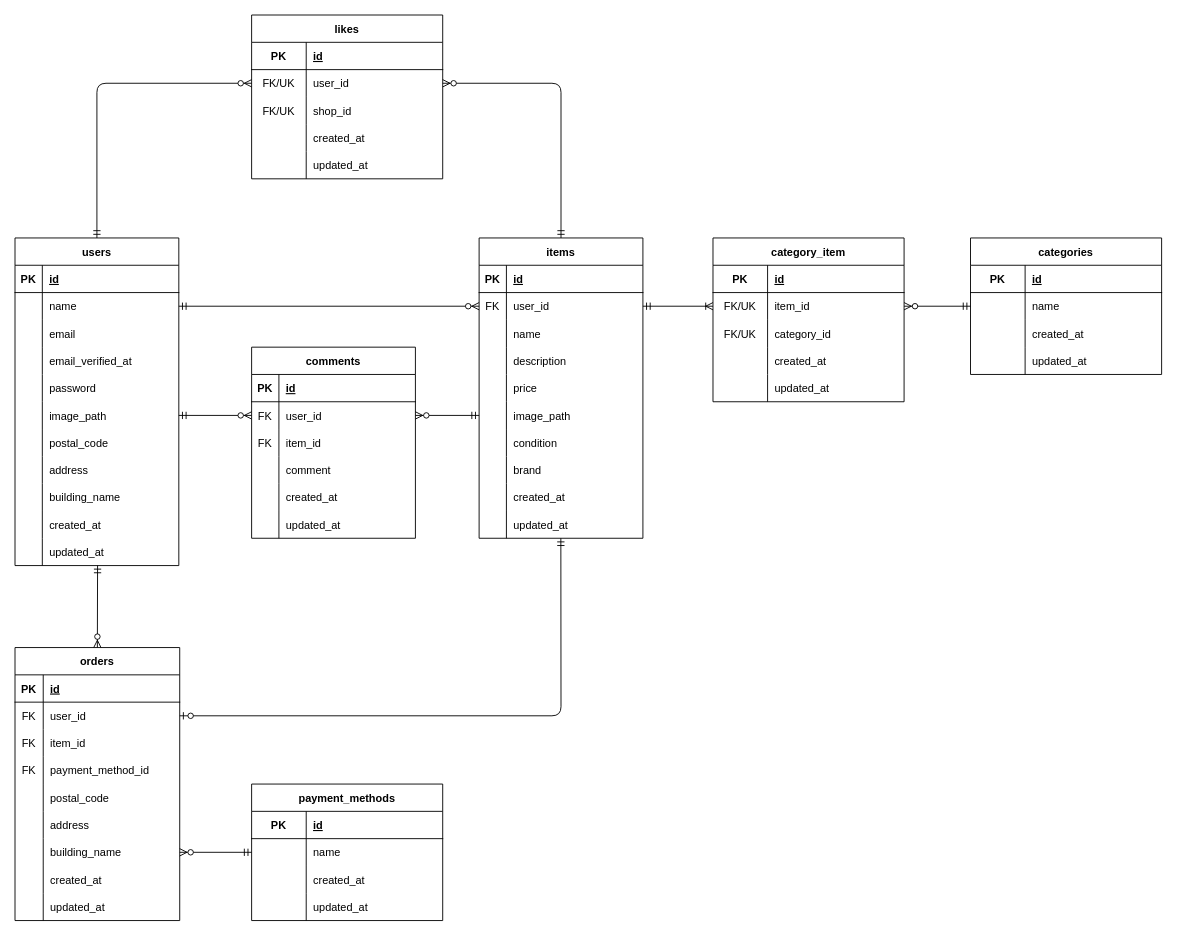
The draw.io diagram ER.drawio in fukuda983667/coachtech-furima-back, before the edit. Source tidied: cells renumbered, new cells numbered last; positions are measured from the earlier drawing's top-left corner, leaving out a move shared by most shapes. Both pictures are drawn from the tidied source at 91%, with x=0, y=0 at pixel (15, 15).
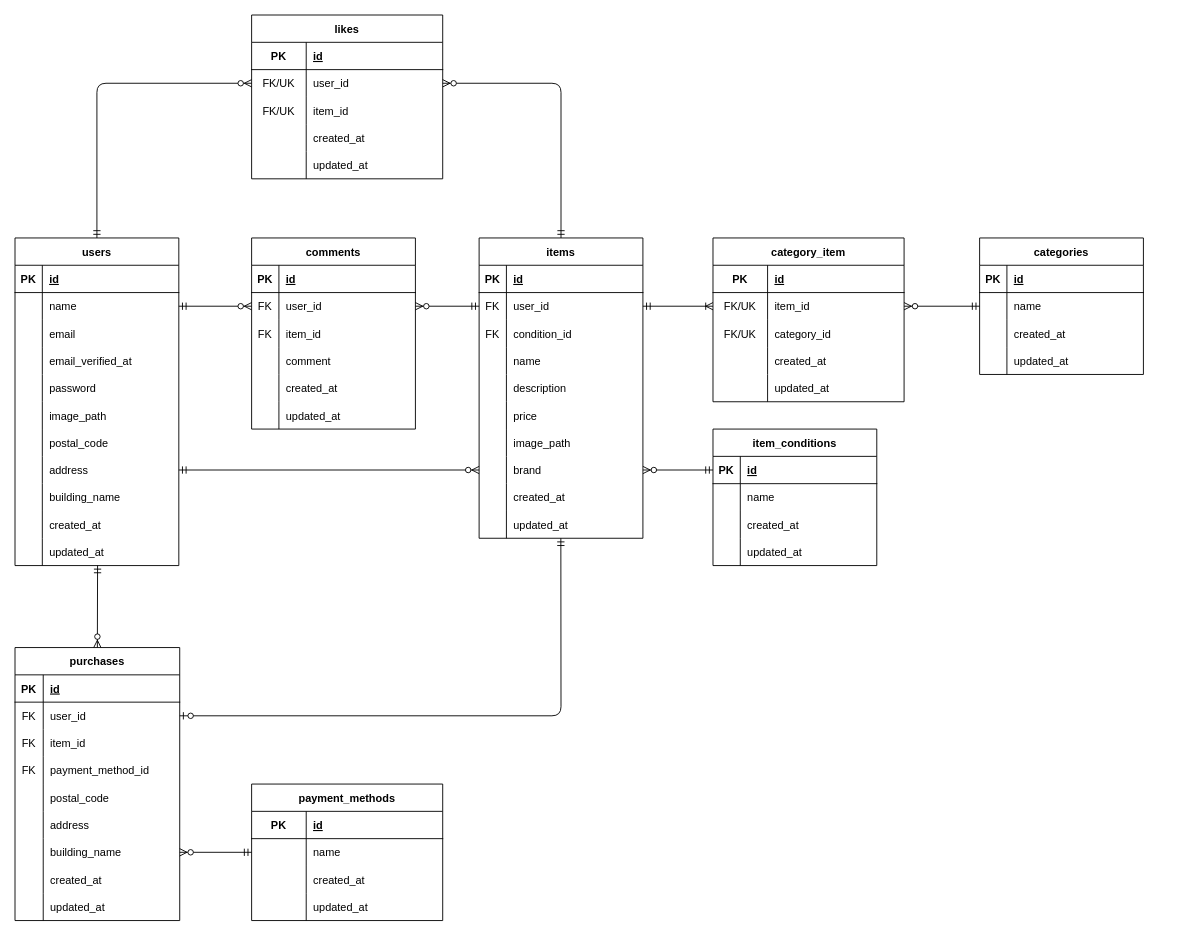
After the change.

The change refers to these unchanged cells:
```xml
<mxCell id="2" value="items" style="shape=table;startSize=30;childLayout=tableLayout;rowLines=0;fontStyle=1;align=center;" parent="1" vertex="1">
  <mxGeometry x="510" y="245" width="180" height="330" as="geometry" />
</mxCell>
<mxCell id="6" style="shape=tableRow;horizontal=0;startSize=0;swimlaneHead=0;swimlaneBody=0;fillColor=none;points=[[0,0.5],[1,0.5]];portConstraint=eastwest;top=0;left=0;right=0;bottom=0;" parent="2" vertex="1">
  <mxGeometry y="60" width="180" height="30" as="geometry" />
</mxCell>
<mxCell id="24" style="shape=tableRow;horizontal=0;startSize=0;swimlaneHead=0;swimlaneBody=0;fillColor=none;points=[[0,0.5],[1,0.5]];portConstraint=eastwest;top=0;left=0;right=0;bottom=0;" parent="2" vertex="1">
  <mxGeometry y="240" width="180" height="30" as="geometry" />
</mxCell>
<mxCell id="40" style="shape=tableRow;horizontal=0;startSize=0;swimlaneHead=0;swimlaneBody=0;fillColor=none;top=0;left=0;right=0;bottom=0;" parent="33" vertex="1">
  <mxGeometry y="90" width="210" height="30" as="geometry" />
</mxCell>
<mxCell id="53" style="shape=tableRow;horizontal=0;startSize=0;swimlaneHead=0;swimlaneBody=0;fillColor=none;points=[[0,0.5],[1,0.5]];portConstraint=eastwest;top=0;left=0;right=0;bottom=0;" parent="49" vertex="1">
  <mxGeometry y="60" width="180" height="30" as="geometry" />
</mxCell>
<mxCell id="65" style="shape=tableRow;horizontal=0;startSize=0;swimlaneHead=0;swimlaneBody=0;fillColor=none;points=[[0,0.5],[1,0.5]];portConstraint=eastwest;top=0;left=0;right=0;bottom=0;" parent="49" vertex="1">
  <mxGeometry y="180" width="180" height="30" as="geometry" />
</mxCell>
<mxCell id="71" style="shape=tableRow;horizontal=0;startSize=0;swimlaneHead=0;swimlaneBody=0;fillColor=none;points=[[0,0.5],[1,0.5]];portConstraint=eastwest;top=0;left=0;right=0;bottom=0;" parent="49" vertex="1">
  <mxGeometry y="240" width="180" height="30" as="geometry" />
</mxCell>
<mxCell id="115" style="shape=tableRow;horizontal=0;startSize=0;swimlaneHead=0;swimlaneBody=0;fillColor=none;points=[[0,0.5],[1,0.5]];portConstraint=eastwest;top=0;left=0;right=0;bottom=0;" parent="111" vertex="1">
  <mxGeometry y="60" width="180" height="30" as="geometry" />
</mxCell>
<mxCell id="147" style="shape=tableRow;horizontal=0;startSize=0;swimlaneHead=0;swimlaneBody=0;fillColor=none;points=[[0,0.5],[1,0.5]];portConstraint=eastwest;top=0;left=0;right=0;bottom=0;" parent="143" vertex="1">
  <mxGeometry y="60" width="210" height="30" as="geometry" />
</mxCell>
```

The edit, as a diff of the source:
```diff
@@
+    <mxCell id="182" style="shape=tableRow;horizontal=0;startSize=0;swimlaneHead=0;swimlaneBody=0;fillColor=none;top=0;left=0;right=0;bottom=0;" parent="2" vertex="1">
+      <mxGeometry y="90" width="180" height="30" as="geometry" />
+    </mxCell>
+    <mxCell id="183" value="FK" style="shape=partialRectangle;fillColor=none;top=0;left=0;bottom=0;right=0;overflow=hidden;" parent="182" vertex="1">
+      <mxGeometry width="30" height="30" as="geometry" />
+    </mxCell>
+    <mxCell id="184" value="condition_id" style="shape=partialRectangle;fillColor=none;top=0;left=0;bottom=0;right=0;align=left;spacingLeft=6;overflow=hidden;" parent="182" vertex="1">
+      <mxGeometry x="30" width="150" height="30" as="geometry" />
+    </mxCell>
     <mxCell id="9" style="shape=tableRow;horizontal=0;startSize=0;swimlaneHead=0;swimlaneBody=0;fillColor=none;top=0;left=0;right=0;bottom=0;" parent="2" vertex="1">
-      <mxGeometry y="90" width="180" height="30" as="geometry" />
+      <mxGeometry y="120" width="180" height="30" as="geometry" />
     </mxCell>
@@
     <mxCell id="12" style="shape=tableRow;horizontal=0;startSize=0;swimlaneHead=0;swimlaneBody=0;fillColor=none;top=0;left=0;right=0;bottom=0;" parent="2" vertex="1">
-      <mxGeometry y="120" width="180" height="30" as="geometry" />
+      <mxGeometry y="150" width="180" height="30" as="geometry" />
     </mxCell>
@@
     <mxCell id="15" style="shape=tableRow;horizontal=0;startSize=0;swimlaneHead=0;swimlaneBody=0;fillColor=none;top=0;left=0;right=0;bottom=0;" parent="2" vertex="1">
-      <mxGeometry y="150" width="180" height="30" as="geometry" />
+      <mxGeometry y="180" width="180" height="30" as="geometry" />
     </mxCell>
@@
     <mxCell id="18" style="shape=tableRow;horizontal=0;startSize=0;swimlaneHead=0;swimlaneBody=0;fillColor=none;points=[[0,0.5],[1,0.5]];portConstraint=eastwest;top=0;left=0;right=0;bottom=0;" parent="2" vertex="1">
-      <mxGeometry y="180" width="180" height="30" as="geometry" />
+      <mxGeometry y="210" width="180" height="30" as="geometry" />
     </mxCell>
@@
-    <mxCell id="21" style="shape=tableRow;horizontal=0;startSize=0;swimlaneHead=0;swimlaneBody=0;fillColor=none;top=0;left=0;right=0;bottom=0;" parent="2" vertex="1">
-      <mxGeometry y="210" width="180" height="30" as="geometry" />
-    </mxCell>
-    <mxCell id="22" style="shape=partialRectangle;fillColor=none;top=0;left=0;bottom=0;right=0;overflow=hidden;" parent="21" vertex="1">
-      <mxGeometry width="30" height="30" as="geometry" />
-    </mxCell>
-    <mxCell id="23" value="condition" style="shape=partialRectangle;fillColor=none;top=0;left=0;bottom=0;right=0;align=left;spacingLeft=6;overflow=hidden;" parent="21" vertex="1">
-      <mxGeometry x="30" width="150" height="30" as="geometry" />
-    </mxCell>
@@
-    <mxCell id="42" value="shop_id" style="shape=partialRectangle;fillColor=none;top=0;left=0;bottom=0;right=0;align=left;spacingLeft=6;overflow=hidden;" parent="40" vertex="1">
+    <mxCell id="42" value="item_id" style="shape=partialRectangle;fillColor=none;top=0;left=0;bottom=0;right=0;align=left;spacingLeft=6;overflow=hidden;" parent="40" vertex="1">
       <mxGeometry x="60" width="150" height="30" as="geometry" />
     </mxCell>
@@
-    <mxCell id="83" value="orders" style="shape=table;startSize=30;childLayout=tableLayout;rowLines=0;fontStyle=1;align=center;" parent="1" vertex="1">
+    <mxCell id="83" value="purchases" style="shape=table;startSize=30;childLayout=tableLayout;rowLines=0;fontStyle=1;align=center;" parent="1" vertex="1">
       <mxGeometry y="695.1" width="181" height="300" as="geometry" />
     </mxCell>
@@
     <mxCell id="111" value="comments" style="shape=table;startSize=30;childLayout=tableLayout;rowLines=0;fontStyle=1;align=center;" parent="1" vertex="1">
-      <mxGeometry x="260" y="365" width="180" height="210" as="geometry" />
+      <mxGeometry x="260" y="245" width="180" height="210" as="geometry" />
     </mxCell>
@@
     <mxCell id="130" value="categories" style="shape=table;startSize=30;childLayout=tableLayout;rowLines=0;fontStyle=1;align=center;" parent="1" vertex="1">
-      <mxGeometry x="1050" y="245" width="210" height="150" as="geometry" />
+      <mxGeometry x="1060" y="245" width="180" height="150" as="geometry" />
     </mxCell>
     <mxCell id="131" style="shape=tableRow;horizontal=0;startSize=0;swimlaneHead=0;swimlaneBody=0;fillColor=none;top=0;left=0;right=0;bottom=1;" parent="130" vertex="1">
-      <mxGeometry y="30" width="210" height="30" as="geometry" />
+      <mxGeometry y="30" width="180" height="30" as="geometry" />
     </mxCell>
     <mxCell id="132" value="PK" style="shape=partialRectangle;fillColor=none;top=0;left=0;bottom=0;right=0;fontStyle=1;overflow=hidden;" parent="131" vertex="1">
-      <mxGeometry width="60" height="30" as="geometry" />
+      <mxGeometry width="30" height="30" as="geometry" />
     </mxCell>
     <mxCell id="133" value="id" style="shape=partialRectangle;fillColor=none;top=0;left=0;bottom=0;right=0;align=left;spacingLeft=6;fontStyle=5;overflow=hidden;" parent="131" vertex="1">
-      <mxGeometry x="60" width="150" height="30" as="geometry" />
+      <mxGeometry x="30" width="150" height="30" as="geometry" />
     </mxCell>
     <mxCell id="134" style="shape=tableRow;horizontal=0;startSize=0;swimlaneHead=0;swimlaneBody=0;fillColor=none;points=[[0,0.5],[1,0.5]];portConstraint=eastwest;top=0;left=0;right=0;bottom=0;" parent="130" vertex="1">
-      <mxGeometry y="60" width="210" height="30" as="geometry" />
+      <mxGeometry y="60" width="180" height="30" as="geometry" />
     </mxCell>
     <mxCell id="135" style="shape=partialRectangle;fillColor=none;top=0;left=0;bottom=0;right=0;overflow=hidden;fontSize=12;" parent="134" vertex="1">
-      <mxGeometry width="60" height="30" as="geometry" />
+      <mxGeometry width="30" height="30" as="geometry" />
     </mxCell>
     <mxCell id="136" value="name" style="shape=partialRectangle;fillColor=none;top=0;left=0;bottom=0;right=0;align=left;spacingLeft=6;overflow=hidden;" parent="134" vertex="1">
-      <mxGeometry x="60" width="150" height="30" as="geometry" />
+      <mxGeometry x="30" width="150" height="30" as="geometry" />
     </mxCell>
     <mxCell id="137" style="shape=tableRow;horizontal=0;startSize=0;swimlaneHead=0;swimlaneBody=0;fillColor=none;top=0;left=0;right=0;bottom=0;" parent="130" vertex="1">
-      <mxGeometry y="90" width="210" height="30" as="geometry" />
+      <mxGeometry y="90" width="180" height="30" as="geometry" />
     </mxCell>
     <mxCell id="138" style="shape=partialRectangle;fillColor=none;top=0;left=0;bottom=0;right=0;overflow=hidden;fontSize=12;" parent="137" vertex="1">
-      <mxGeometry width="60" height="30" as="geometry" />
+      <mxGeometry width="30" height="30" as="geometry" />
     </mxCell>
     <mxCell id="139" value="created_at" style="shape=partialRectangle;fillColor=none;top=0;left=0;bottom=0;right=0;align=left;spacingLeft=6;overflow=hidden;" parent="137" vertex="1">
-      <mxGeometry x="60" width="150" height="30" as="geometry" />
+      <mxGeometry x="30" width="150" height="30" as="geometry" />
     </mxCell>
     <mxCell id="140" style="shape=tableRow;horizontal=0;startSize=0;swimlaneHead=0;swimlaneBody=0;fillColor=none;top=0;left=0;right=0;bottom=0;" parent="130" vertex="1">
-      <mxGeometry y="120" width="210" height="30" as="geometry" />
+      <mxGeometry y="120" width="180" height="30" as="geometry" />
     </mxCell>
     <mxCell id="141" style="shape=partialRectangle;fillColor=none;top=0;left=0;bottom=0;right=0;overflow=hidden;" parent="140" vertex="1">
-      <mxGeometry width="60" height="30" as="geometry" />
+      <mxGeometry width="30" height="30" as="geometry" />
     </mxCell>
     <mxCell id="142" value="updated_at" style="shape=partialRectangle;fillColor=none;top=0;left=0;bottom=0;right=0;align=left;spacingLeft=6;overflow=hidden;" parent="140" vertex="1">
-      <mxGeometry x="60" width="150" height="30" as="geometry" />
+      <mxGeometry x="30" width="150" height="30" as="geometry" />
     </mxCell>
+    <mxCell id="185" style="edgeStyle=none;html=1;" parent="130" edge="1" source="130" target="134">
+      <mxGeometry relative="1" as="geometry" />
+    </mxCell>
@@
-    <mxCell id="160" style="fontSize=12;html=1;endArrow=ERzeroToMany;startArrow=ERmandOne;elbow=vertical;entryX=0;entryY=0.5;entryDx=0;entryDy=0;exitX=1;exitY=0.5;exitDx=0;exitDy=0;" parent="1" edge="1" source="65" target="115">
+    <mxCell id="160" style="fontSize=12;html=1;endArrow=ERzeroToMany;startArrow=ERmandOne;elbow=vertical;entryX=0;entryY=0.5;entryDx=0;entryDy=0;exitX=1;exitY=0.5;exitDx=0;exitDy=0;" parent="1" edge="1" source="53" target="115">
       <mxGeometry relative="1" as="geometry" />
     </mxCell>
-    <mxCell id="161" style="fontSize=12;html=1;endArrow=ERzeroToMany;startArrow=ERmandOne;elbow=vertical;exitX=0;exitY=0.5;exitDx=0;exitDy=0;entryX=1;entryY=0.5;entryDx=0;entryDy=0;" parent="1" edge="1" source="18" target="115">
+    <mxCell id="161" style="fontSize=12;html=1;endArrow=ERzeroToMany;startArrow=ERmandOne;elbow=vertical;exitX=0;exitY=0.5;exitDx=0;exitDy=0;entryX=1;entryY=0.5;entryDx=0;entryDy=0;" parent="1" edge="1" source="6" target="115">
       <mxGeometry relative="1" as="geometry" />
     </mxCell>
@@
-    <mxCell id="163" style="fontSize=12;html=1;endArrow=ERzeroToMany;startArrow=ERmandOne;elbow=vertical;exitX=0;exitY=0.5;exitDx=0;exitDy=0;entryX=1;entryY=0.5;entryDx=0;entryDy=0;" parent="1" edge="1" source="134" target="147">
+    <mxCell id="163" style="fontSize=12;html=1;endArrow=ERzeroToMany;startArrow=ERmandOne;elbow=vertical;entryX=1;entryY=0.5;entryDx=0;entryDy=0;exitX=0;exitY=0.5;exitDx=0;exitDy=0;" parent="1" edge="1" source="134" target="147">
       <mxGeometry relative="1" as="geometry" />
     </mxCell>
@@
-    <mxCell id="166" style="fontSize=12;html=1;endArrow=ERzeroToMany;startArrow=ERmandOne;elbow=vertical;entryX=0;entryY=0.5;entryDx=0;entryDy=0;exitX=1;exitY=0.5;exitDx=0;exitDy=0;" parent="1" edge="1" source="53" target="6">
+    <mxCell id="166" style="fontSize=12;html=1;endArrow=ERzeroToMany;startArrow=ERmandOne;elbow=vertical;entryX=0;entryY=0.5;entryDx=0;entryDy=0;exitX=1;exitY=0.5;exitDx=0;exitDy=0;" parent="1" edge="1" source="71" target="24">
       <mxGeometry relative="1" as="geometry" />
     </mxCell>
@@
+    <mxCell id="186" value="item_conditions" style="shape=table;startSize=30;childLayout=tableLayout;rowLines=0;fontStyle=1;align=center;" parent="1" vertex="1">
+      <mxGeometry x="767" y="455" width="180" height="150" as="geometry" />
+    </mxCell>
+    <mxCell id="187" style="shape=tableRow;horizontal=0;startSize=0;swimlaneHead=0;swimlaneBody=0;fillColor=none;points=[[0,0.5],[1,0.5]];portConstraint=eastwest;top=0;left=0;right=0;bottom=1;" parent="186" vertex="1">
+      <mxGeometry y="30" width="180" height="30" as="geometry" />
+    </mxCell>
+    <mxCell id="188" value="PK" style="shape=partialRectangle;fillColor=none;top=0;left=0;bottom=0;right=0;fontStyle=1;overflow=hidden;" parent="187" vertex="1">
+      <mxGeometry width="30" height="30" as="geometry" />
+    </mxCell>
+    <mxCell id="189" value="id" style="shape=partialRectangle;fillColor=none;top=0;left=0;bottom=0;right=0;align=left;spacingLeft=6;fontStyle=5;overflow=hidden;" parent="187" vertex="1">
+      <mxGeometry x="30" width="150" height="30" as="geometry" />
+    </mxCell>
+    <mxCell id="190" style="shape=tableRow;horizontal=0;startSize=0;swimlaneHead=0;swimlaneBody=0;fillColor=none;top=0;left=0;right=0;bottom=0;" parent="186" vertex="1">
+      <mxGeometry y="60" width="180" height="30" as="geometry" />
+    </mxCell>
+    <mxCell id="191" style="shape=partialRectangle;fillColor=none;top=0;left=0;bottom=0;right=0;overflow=hidden;fontSize=12;" parent="190" vertex="1">
+      <mxGeometry width="30" height="30" as="geometry" />
+    </mxCell>
+    <mxCell id="192" value="name" style="shape=partialRectangle;fillColor=none;top=0;left=0;bottom=0;right=0;align=left;spacingLeft=6;overflow=hidden;" parent="190" vertex="1">
+      <mxGeometry x="30" width="150" height="30" as="geometry" />
+    </mxCell>
+    <mxCell id="193" style="shape=tableRow;horizontal=0;startSize=0;swimlaneHead=0;swimlaneBody=0;fillColor=none;top=0;left=0;right=0;bottom=0;" parent="186" vertex="1">
+      <mxGeometry y="90" width="180" height="30" as="geometry" />
+    </mxCell>
+    <mxCell id="194" style="shape=partialRectangle;fillColor=none;top=0;left=0;bottom=0;right=0;overflow=hidden;fontSize=12;" parent="193" vertex="1">
+      <mxGeometry width="30" height="30" as="geometry" />
+    </mxCell>
+    <mxCell id="195" value="created_at" style="shape=partialRectangle;fillColor=none;top=0;left=0;bottom=0;right=0;align=left;spacingLeft=6;overflow=hidden;" parent="193" vertex="1">
+      <mxGeometry x="30" width="150" height="30" as="geometry" />
+    </mxCell>
+    <mxCell id="196" style="shape=tableRow;horizontal=0;startSize=0;swimlaneHead=0;swimlaneBody=0;fillColor=none;top=0;left=0;right=0;bottom=0;" parent="186" vertex="1">
+      <mxGeometry y="120" width="180" height="30" as="geometry" />
+    </mxCell>
+    <mxCell id="22" style="shape=partialRectangle;fillColor=none;top=0;left=0;bottom=0;right=0;overflow=hidden;" parent="196" vertex="1">
+      <mxGeometry width="30" height="30" as="geometry" />
+    </mxCell>
+    <mxCell id="197" value="updated_at" style="shape=partialRectangle;fillColor=none;top=0;left=0;bottom=0;right=0;align=left;spacingLeft=6;overflow=hidden;" parent="196" vertex="1">
+      <mxGeometry x="30" width="150" height="30" as="geometry" />
+    </mxCell>
+    <mxCell id="198" style="fontSize=12;html=1;endArrow=ERzeroToMany;startArrow=ERmandOne;elbow=vertical;exitX=0;exitY=0.5;exitDx=0;exitDy=0;" parent="1" edge="1" source="187" target="24">
+      <mxGeometry relative="1" as="geometry" />
+    </mxCell>
```
